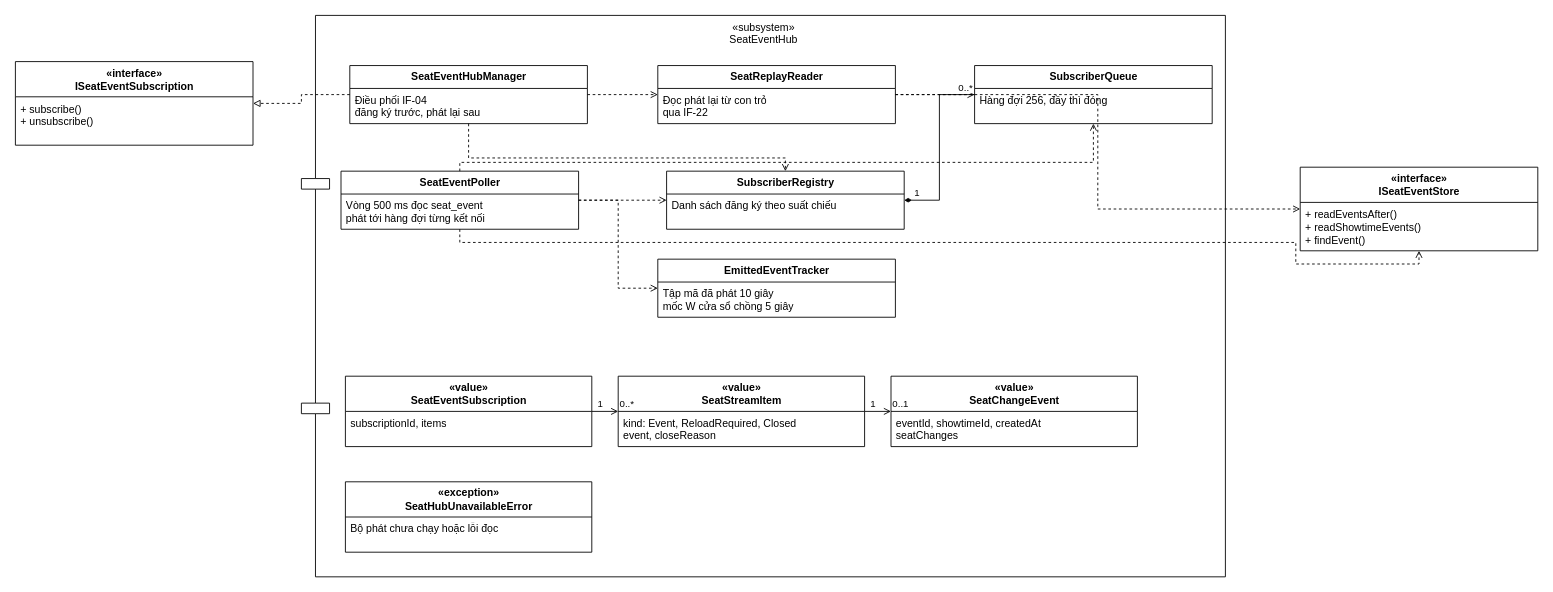
The draw.io diagram page "Phần tử" (4 of 5) of design/diagrams/P11b-subsystem-SS-03.drawio in luytbq/app-dat-ve-xem-phim, before the edit. Source tidied: cells renumbered, new cells numbered last; positions are measured from the earlier drawing's top-left corner, leaving out a move shared by most shapes. Both pictures are drawn from the tidied source at 88%, with x=0, y=0 at pixel (15, 15).
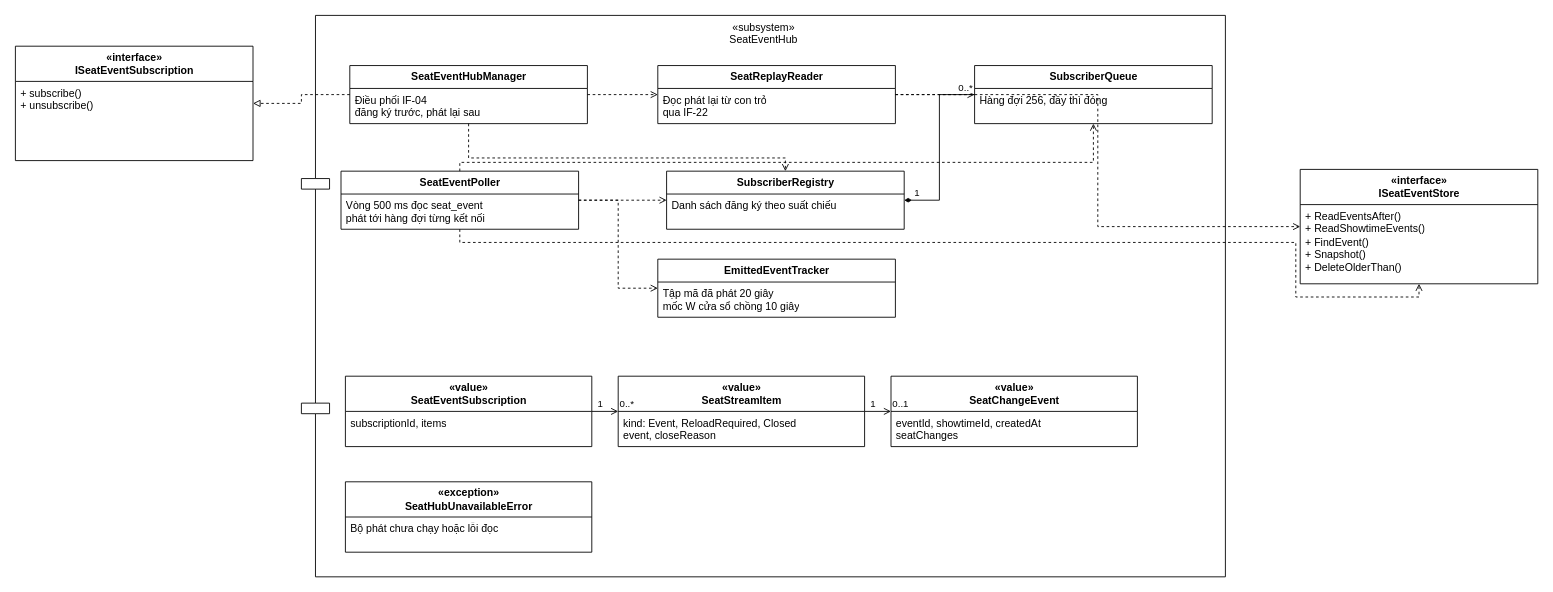
After the change.

The change refers to these unchanged cells:
```xml
<mxCell id="9" value="SeatEventPoller" style="swimlane;fontStyle=1;align=center;horizontal=1;startSize=26;html=1;" parent="6" vertex="1">
  <mxGeometry x="45" y="177" width="270" height="66" as="geometry" />
</mxCell>
<mxCell id="17" value="EmittedEventTracker" style="swimlane;fontStyle=1;align=center;horizontal=1;startSize=26;html=1;" parent="6" vertex="1">
  <mxGeometry x="405" y="277" width="270" height="66" as="geometry" />
</mxCell>
```

The edit, as a diff of the source:
```diff
@@
     <mxCell id="2" value="«interface»&lt;br&gt;ISeatEventSubscription" style="swimlane;fontStyle=1;align=center;horizontal=1;startSize=40;html=1;" parent="1" vertex="1">
-      <mxGeometry y="52.5" width="270" height="95" as="geometry" />
+      <mxGeometry y="35" width="270" height="130" as="geometry" />
     </mxCell>
@@
     <mxCell id="4" value="«interface»&lt;br&gt;ISeatEventStore" style="swimlane;fontStyle=1;align=center;horizontal=1;startSize=40;html=1;" parent="1" vertex="1">
-      <mxGeometry x="1460" y="172.5" width="270" height="95" as="geometry" />
+      <mxGeometry x="1460" y="175" width="270" height="130" as="geometry" />
     </mxCell>
-    <mxCell id="5" value="+ readEventsAfter()&lt;br&gt;+ readShowtimeEvents()&lt;br&gt;+ findEvent()" style="text;strokeColor=none;fillColor=none;align=left;verticalAlign=top;spacingLeft=4;overflow=hidden;html=1;whiteSpace=wrap;" parent="4" vertex="1">
-      <mxGeometry y="40" width="270" height="55" as="geometry" />
+    <mxCell id="5" value="+ ReadEventsAfter()&lt;br&gt;+ ReadShowtimeEvents()&lt;br&gt;+ FindEvent()&lt;br&gt;+ Snapshot()&lt;br&gt;+ DeleteOlderThan()" style="text;strokeColor=none;fillColor=none;align=left;verticalAlign=top;spacingLeft=4;overflow=hidden;html=1;whiteSpace=wrap;" parent="4" vertex="1">
+      <mxGeometry y="40" width="270" height="90" as="geometry" />
     </mxCell>
@@
-    <mxCell id="18" value="Tập mã đã phát 10 giây&lt;br&gt;mốc W cửa sổ chồng 5 giây" style="text;strokeColor=none;fillColor=none;align=left;verticalAlign=top;spacingLeft=4;overflow=hidden;html=1;whiteSpace=wrap;" parent="17" vertex="1">
+    <mxCell id="18" value="Tập mã đã phát 20 giây&lt;br&gt;mốc W cửa sổ chồng 10 giây" style="text;strokeColor=none;fillColor=none;align=left;verticalAlign=top;spacingLeft=4;overflow=hidden;html=1;whiteSpace=wrap;" parent="17" vertex="1">
       <mxGeometry y="26" width="250" height="40" as="geometry" />
     </mxCell>
@@
     <mxCell id="37" style="edgeStyle=orthogonalEdgeStyle;rounded=0;html=1;endArrow=open;dashed=1;exitX=0.5;exitY=1;entryX=0.5;entryY=1;exitDx=0;exitDy=0;entryDx=0;entryDy=0;" parent="1" edge="1" source="9" target="4">
       <mxGeometry relative="1" as="geometry">
         <Array as="points">
           <mxPoint x="505" y="258" />
           <mxPoint x="1455" y="258" />
-          <mxPoint x="1455" y="282.5" />
-          <mxPoint x="1595" y="282.5" />
+          <mxPoint x="1455" y="320" />
+          <mxPoint x="1595" y="320" />
         </Array>
       </mxGeometry>
     </mxCell>
```
